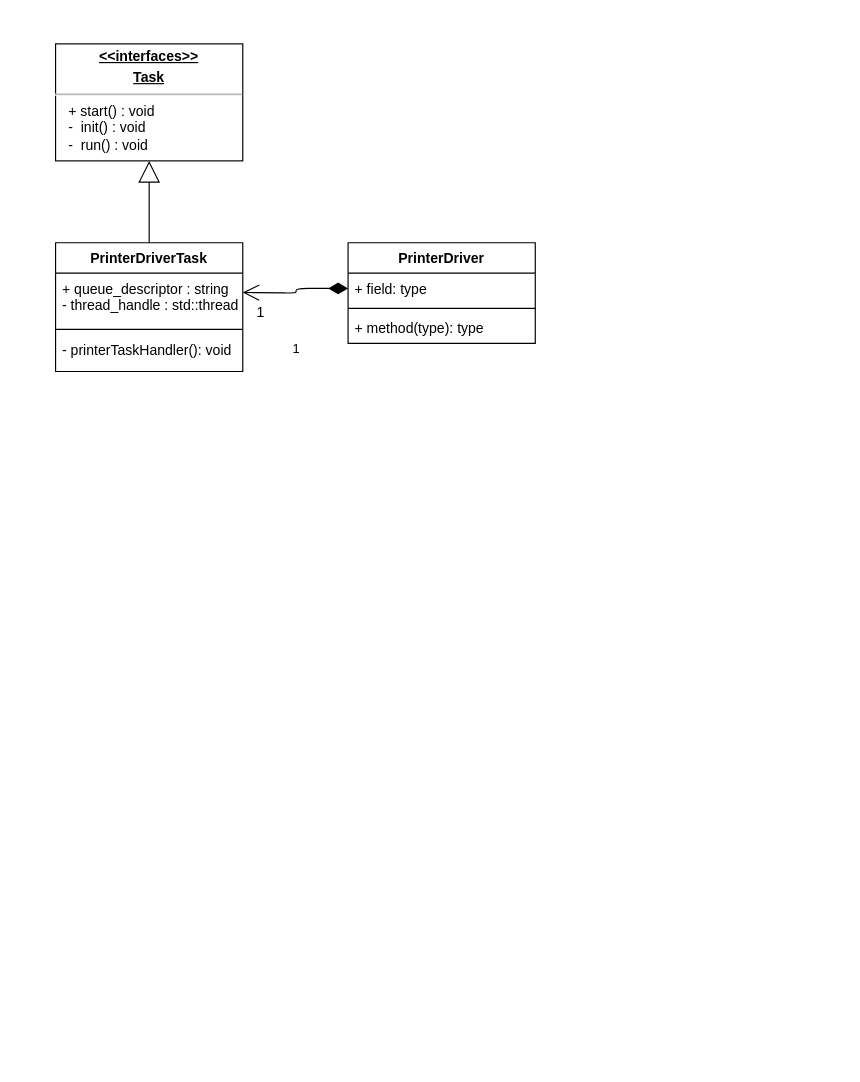
This is diagrams/printer.drawio from LasseGoransson/ESD-E2020, a draw.io file, before an edit. Source tidied: cells renumbered, new cells numbered last; positions are measured from the earlier drawing's top-left corner, leaving out a move shared by most shapes. Both pictures are drawn from the tidied source at 117%, with x=0, y=0 at pixel (55, 43).
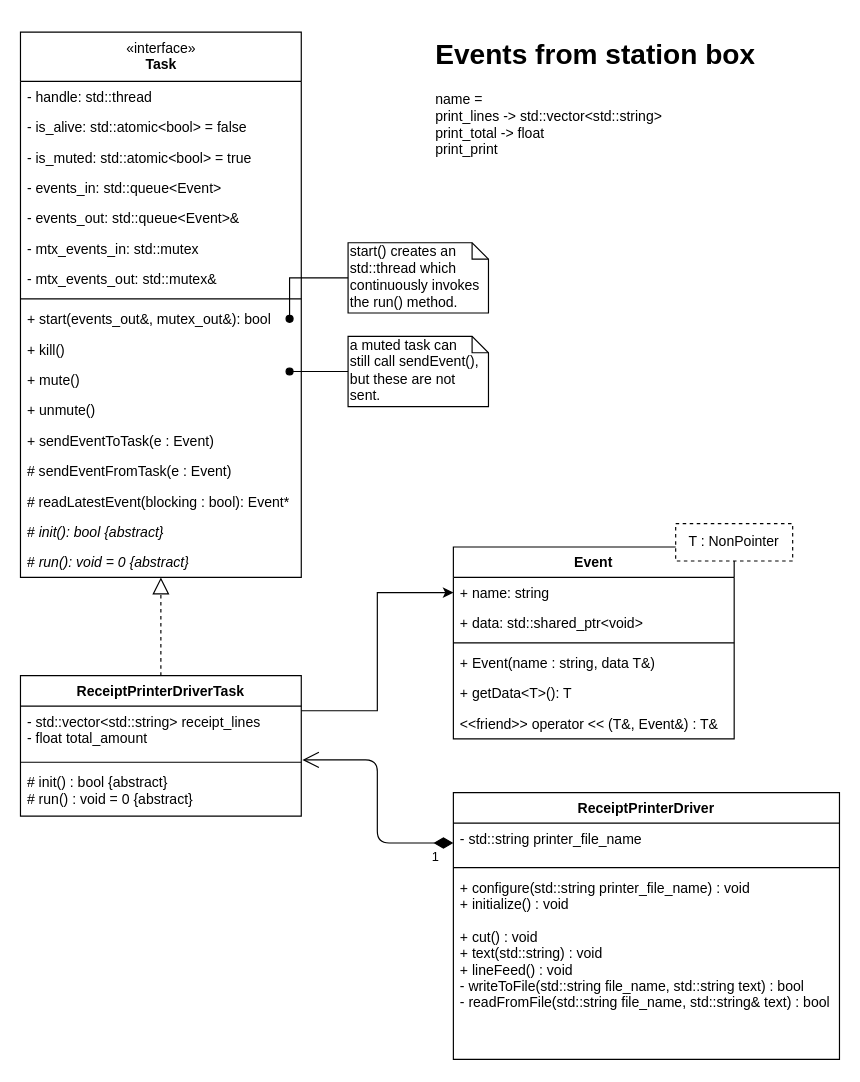
After the change.

Commit message:
Changes to printer diagram

Diff of the diagram source:
```diff
@@
-    <mxCell id="2" style="endArrow=block;endSize=16;endFill=0;html=1;entryX=0.5;entryY=1;entryDx=0;entryDy=0;exitX=0.5;exitY=0;exitDx=0;exitDy=0;" parent="1" edge="1" target="3">
-      <mxGeometry relative="1" as="geometry">
-        <mxPoint x="80" y="180" as="sourcePoint" />
-      </mxGeometry>
-    </mxCell>
-    <mxCell id="3" value="&lt;p style=&quot;margin: 0px ; margin-top: 4px ; text-align: center ; text-decoration: underline&quot;&gt;&lt;b&gt;&amp;lt;&amp;lt;interfaces&amp;gt;&amp;gt;&lt;br&gt;&lt;/b&gt;&lt;/p&gt;&lt;p style=&quot;margin: 0px ; margin-top: 4px ; text-align: center ; text-decoration: underline&quot;&gt;&lt;b&gt;Task&lt;/b&gt;&lt;/p&gt;&lt;hr&gt;&lt;p style=&quot;margin: 0px ; margin-left: 8px&quot;&gt;&amp;nbsp;+ start() : void&lt;br&gt;&amp;nbsp;-&amp;nbsp; init() : void &lt;br&gt;&amp;nbsp;-&amp;nbsp; run() : void&lt;br&gt;&lt;/p&gt;" style="verticalAlign=top;align=left;overflow=fill;fontSize=12;fontFamily=Helvetica;html=1;" parent="1" vertex="1">
-      <mxGeometry width="160" height="100" as="geometry" />
-    </mxCell>
-    <mxCell id="4" value="PrinterDriverTask" style="swimlane;fontStyle=1;align=center;verticalAlign=top;horizontal=1;startSize=26;" parent="1" vertex="1">
-      <mxGeometry y="170" width="160" height="110" as="geometry" />
+    <mxCell id="4" value="ReceiptPrinterDriverTask" style="swimlane;fontStyle=1;align=center;verticalAlign=top;horizontal=1;startSize=26;" parent="1" vertex="1">
+      <mxGeometry x="-30" y="540" width="240" height="120" as="geometry" />
     </mxCell>
-    <mxCell id="5" value="+ queue_descriptor : string&#10;- thread_handle : std::thread" style="text;strokeColor=none;fillColor=none;align=left;verticalAlign=top;spacingLeft=4;spacingRight=4;overflow=hidden;points=[[0,0.5],[1,0.5]];portConstraint=eastwest;" parent="4" vertex="1">
-      <mxGeometry y="26" width="160" height="44" as="geometry" />
+    <mxCell id="5" value="- std::vector&lt;std::string&gt; receipt_lines&#10;- float total_amount " style="text;strokeColor=none;fillColor=none;align=left;verticalAlign=top;spacingLeft=4;spacingRight=4;overflow=hidden;points=[[0,0.5],[1,0.5]];portConstraint=eastwest;" parent="4" vertex="1">
+      <mxGeometry y="26" width="240" height="44" as="geometry" />
     </mxCell>
     <mxCell id="6" style="line;strokeWidth=1;fillColor=none;align=left;verticalAlign=middle;spacingTop=-1;spacingLeft=3;spacingRight=3;labelPosition=right;" parent="4" vertex="1">
-      <mxGeometry y="70" width="160" height="8" as="geometry" />
+      <mxGeometry y="70" width="240" height="8" as="geometry" />
     </mxCell>
-    <mxCell id="7" value="- printerTaskHandler(): void" style="text;strokeColor=none;fillColor=none;align=left;verticalAlign=top;spacingLeft=4;spacingRight=4;overflow=hidden;" parent="4" vertex="1">
-      <mxGeometry y="78" width="160" height="32" as="geometry" />
+    <mxCell id="7" value="# init() : bool {abstract}&#10;# run() : void = 0 {abstract}" style="text;strokeColor=none;fillColor=none;align=left;verticalAlign=top;spacingLeft=4;spacingRight=4;overflow=hidden;" parent="4" vertex="1">
+      <mxGeometry y="78" width="240" height="42" as="geometry" />
     </mxCell>
-    <mxCell id="8" value="PrinterDriver" style="swimlane;fontStyle=1;align=center;verticalAlign=top;horizontal=1;startSize=26;" parent="1" vertex="1">
-      <mxGeometry x="250" y="170" width="160" height="86" as="geometry" />
+    <mxCell id="8" value="ReceiptPrinterDriver" style="swimlane;fontStyle=1;align=center;verticalAlign=top;horizontal=1;startSize=26;" parent="1" vertex="1">
+      <mxGeometry x="340" y="640" width="330" height="228" as="geometry" />
     </mxCell>
-    <mxCell id="9" value="+ field: type" style="text;strokeColor=none;fillColor=none;align=left;verticalAlign=top;spacingLeft=4;spacingRight=4;overflow=hidden;points=[[0,0.5],[1,0.5]];portConstraint=eastwest;" parent="8" vertex="1">
-      <mxGeometry y="26" width="160" height="26" as="geometry" />
+    <mxCell id="9" value="- std::string printer_file_name" style="text;strokeColor=none;fillColor=none;align=left;verticalAlign=top;spacingLeft=4;spacingRight=4;overflow=hidden;points=[[0,0.5],[1,0.5]];portConstraint=eastwest;" parent="8" vertex="1">
+      <mxGeometry y="26" width="330" height="34" as="geometry" />
     </mxCell>
     <mxCell id="10" style="line;strokeWidth=1;fillColor=none;align=left;verticalAlign=middle;spacingTop=-1;spacingLeft=3;spacingRight=3;labelPosition=right;" parent="8" vertex="1">
-      <mxGeometry y="52" width="160" height="8" as="geometry" />
+      <mxGeometry y="60" width="330" height="8" as="geometry" />
     </mxCell>
-    <mxCell id="11" value="+ method(type): type" style="text;strokeColor=none;fillColor=none;align=left;verticalAlign=top;spacingLeft=4;spacingRight=4;overflow=hidden;" parent="8" vertex="1">
-      <mxGeometry y="60" width="160" height="26" as="geometry" />
+    <mxCell id="11" value="+ configure(std::string printer_file_name) : void&#10;+ initialize() : void&#10;&#10;+ cut() : void&#10;+ text(std::string) : void&#10;+ lineFeed() : void&#10;- writeToFile(std::string file_name, std::string text) : bool&#10;- readFromFile(std::string file_name, std::string&amp; text) : bool" style="text;strokeColor=none;fillColor=none;align=left;verticalAlign=top;spacingLeft=4;spacingRight=4;overflow=hidden;" parent="8" vertex="1">
+      <mxGeometry y="68" width="330" height="160" as="geometry" />
     </mxCell>
+    <mxCell id="14" value="start() creates an std::thread which continuously invokes the run() method." style="shape=note;whiteSpace=wrap;html=1;size=14;verticalAlign=top;align=left;spacingTop=-6;" parent="1" vertex="1">
+      <mxGeometry x="250" y="170" width="120" height="60" as="geometry" />
+    </mxCell>
+    <mxCell id="15" value="&lt;span style=&quot;font-weight: normal&quot;&gt;«interface»&lt;br&gt;&lt;/span&gt;Task" style="swimlane;fontStyle=1;align=center;verticalAlign=top;horizontal=1;startSize=42;html=1;" parent="1" vertex="1">
+      <mxGeometry x="-30" y="-10" width="240" height="466" as="geometry" />
+    </mxCell>
+    <mxCell id="16" value="- handle: std::thread" style="text;strokeColor=none;fillColor=none;align=left;verticalAlign=top;spacingLeft=4;spacingRight=4;overflow=hidden;" parent="15" vertex="1">
+      <mxGeometry y="42" width="240" height="26" as="geometry" />
+    </mxCell>
+    <mxCell id="17" value="- is_alive: std::atomic&lt;bool&gt; = false" style="text;strokeColor=none;fillColor=none;align=left;verticalAlign=top;spacingLeft=4;spacingRight=4;overflow=hidden;" parent="15" vertex="1">
+      <mxGeometry y="68" width="240" height="26" as="geometry" />
+    </mxCell>
+    <mxCell id="18" value="- is_muted: std::atomic&lt;bool&gt; = true" style="text;strokeColor=none;fillColor=none;align=left;verticalAlign=top;spacingLeft=4;spacingRight=4;overflow=hidden;" parent="15" vertex="1">
+      <mxGeometry y="94" width="240" height="26" as="geometry" />
+    </mxCell>
+    <mxCell id="19" value="- events_in: std::queue&lt;Event&gt;" style="text;strokeColor=none;fillColor=none;align=left;verticalAlign=top;spacingLeft=4;spacingRight=4;overflow=hidden;" parent="15" vertex="1">
+      <mxGeometry y="120" width="240" height="26" as="geometry" />
+    </mxCell>
+    <mxCell id="20" value="- events_out: std::queue&lt;Event&gt;&amp;" style="text;strokeColor=none;fillColor=none;align=left;verticalAlign=top;spacingLeft=4;spacingRight=4;overflow=hidden;" parent="15" vertex="1">
+      <mxGeometry y="146" width="240" height="26" as="geometry" />
+    </mxCell>
+    <mxCell id="21" value="- mtx_events_in: std::mutex" style="text;strokeColor=none;fillColor=none;align=left;verticalAlign=top;spacingLeft=4;spacingRight=4;overflow=hidden;" parent="15" vertex="1">
+      <mxGeometry y="172" width="240" height="26" as="geometry" />
+    </mxCell>
+    <mxCell id="22" value="- mtx_events_out: std::mutex&amp;" style="text;strokeColor=none;fillColor=none;align=left;verticalAlign=top;spacingLeft=4;spacingRight=4;overflow=hidden;" parent="15" vertex="1">
+      <mxGeometry y="198" width="240" height="26" as="geometry" />
+    </mxCell>
+    <mxCell id="23" style="line;strokeWidth=1;fillColor=none;align=left;verticalAlign=middle;spacingTop=-1;spacingLeft=3;spacingRight=3;labelPosition=right;" parent="15" vertex="1">
+      <mxGeometry y="224" width="240" height="8" as="geometry" />
+    </mxCell>
+    <mxCell id="24" value="+ start(events_out&amp;, mutex_out&amp;): bool" style="text;strokeColor=none;fillColor=none;align=left;verticalAlign=top;spacingLeft=4;spacingRight=4;overflow=hidden;" parent="15" vertex="1">
+      <mxGeometry y="232" width="240" height="26" as="geometry" />
+    </mxCell>
+    <mxCell id="25" value="+ kill()" style="text;strokeColor=none;fillColor=none;align=left;verticalAlign=top;spacingLeft=4;spacingRight=4;overflow=hidden;" parent="15" vertex="1">
+      <mxGeometry y="258" width="240" height="26" as="geometry" />
+    </mxCell>
+    <mxCell id="26" value="+ mute()" style="text;strokeColor=none;fillColor=none;align=left;verticalAlign=top;spacingLeft=4;spacingRight=4;overflow=hidden;" parent="15" vertex="1">
+      <mxGeometry y="284" width="240" height="26" as="geometry" />
+    </mxCell>
+    <mxCell id="27" value="+ unmute()" style="text;strokeColor=none;fillColor=none;align=left;verticalAlign=top;spacingLeft=4;spacingRight=4;overflow=hidden;" parent="15" vertex="1">
+      <mxGeometry y="310" width="240" height="26" as="geometry" />
+    </mxCell>
+    <mxCell id="28" value="+ sendEventToTask(e : Event)" style="text;strokeColor=none;fillColor=none;align=left;verticalAlign=top;spacingLeft=4;spacingRight=4;overflow=hidden;" parent="15" vertex="1">
+      <mxGeometry y="336" width="240" height="26" as="geometry" />
+    </mxCell>
+    <mxCell id="29" value="# sendEventFromTask(e : Event)" style="text;strokeColor=none;fillColor=none;align=left;verticalAlign=top;spacingLeft=4;spacingRight=4;overflow=hidden;" parent="15" vertex="1">
+      <mxGeometry y="362" width="240" height="26" as="geometry" />
+    </mxCell>
+    <mxCell id="30" value="# readLatestEvent(blocking : bool): Event*" style="text;strokeColor=none;fillColor=none;align=left;verticalAlign=top;spacingLeft=4;spacingRight=4;overflow=hidden;" parent="15" vertex="1">
+      <mxGeometry y="388" width="240" height="26" as="geometry" />
+    </mxCell>
+    <mxCell id="31" value="&lt;span style=&quot;font-style: normal&quot;&gt;#&lt;/span&gt; init(): bool {abstract}" style="text;strokeColor=none;fillColor=none;align=left;verticalAlign=top;spacingLeft=4;spacingRight=4;overflow=hidden;fontStyle=2;html=1;" parent="15" vertex="1">
+      <mxGeometry y="414" width="240" height="26" as="geometry" />
+    </mxCell>
+    <mxCell id="32" value="&lt;span style=&quot;font-style: normal&quot;&gt;#&lt;/span&gt; run(): void = 0 {abstract}" style="text;strokeColor=none;fillColor=none;align=left;verticalAlign=top;spacingLeft=4;spacingRight=4;overflow=hidden;points=[[0,0.5],[1,0.5]];portConstraint=eastwest;fontStyle=2;html=1;" parent="15" vertex="1">
+      <mxGeometry y="440" width="240" height="26" as="geometry" />
+    </mxCell>
+    <mxCell id="33" style="edgeStyle=orthogonalEdgeStyle;rounded=0;jettySize=auto;html=1;endArrow=oval;endFill=1;" parent="1" edge="1" source="14">
+      <mxGeometry relative="1" as="geometry">
+        <mxPoint x="200" y="235" as="targetPoint" />
+        <Array as="points">
+          <mxPoint x="200" y="200" />
+        </Array>
+      </mxGeometry>
+    </mxCell>
+    <mxCell id="34" value="a muted task can&lt;br&gt;still call sendEvent(),&lt;br&gt;but these are not sent." style="shape=note;whiteSpace=wrap;html=1;size=14;verticalAlign=top;align=left;spacingTop=-6;" parent="1" vertex="1">
+      <mxGeometry x="250" y="250" width="120" height="60" as="geometry" />
+    </mxCell>
+    <mxCell id="35" style="edgeStyle=orthogonalEdgeStyle;rounded=0;jettySize=auto;html=1;endArrow=oval;endFill=1;" parent="1" edge="1" source="34">
+      <mxGeometry relative="1" as="geometry">
+        <mxPoint x="200" y="280" as="targetPoint" />
+      </mxGeometry>
+    </mxCell>
+    <mxCell id="36" style="group;" parent="1" vertex="1">
+      <mxGeometry x="340" y="410" width="300" height="236" as="geometry" />
+    </mxCell>
+    <mxCell id="37" value="Event" style="swimlane;fontStyle=1;align=center;verticalAlign=top;horizontal=1;startSize=26;" parent="36" vertex="1">
+      <mxGeometry y="20" width="240" height="164" as="geometry" />
+    </mxCell>
+    <mxCell id="38" value="+ name: string" style="text;strokeColor=none;fillColor=none;align=left;verticalAlign=top;spacingLeft=4;spacingRight=4;overflow=hidden;points=[[0,0.5],[1,0.5]];portConstraint=eastwest;" parent="37" vertex="1">
+      <mxGeometry y="26" width="240" height="26" as="geometry" />
+    </mxCell>
+    <mxCell id="39" value="+ data: std::shared_ptr&lt;void&gt;" style="text;strokeColor=none;fillColor=none;align=left;verticalAlign=top;spacingLeft=4;spacingRight=4;overflow=hidden;" parent="37" vertex="1">
+      <mxGeometry y="52" width="240" height="26" as="geometry" />
+    </mxCell>
+    <mxCell id="40" style="line;strokeWidth=1;fillColor=none;align=left;verticalAlign=middle;spacingTop=-1;spacingLeft=3;spacingRight=3;labelPosition=right;" parent="37" vertex="1">
+      <mxGeometry y="78" width="240" height="8" as="geometry" />
+    </mxCell>
+    <mxCell id="41" value="+ Event(name : string, data T&amp;)" style="text;strokeColor=none;fillColor=none;align=left;verticalAlign=top;spacingLeft=4;spacingRight=4;overflow=hidden;" parent="37" vertex="1">
+      <mxGeometry y="86" width="240" height="26" as="geometry" />
+    </mxCell>
+    <mxCell id="42" value="+ getData&lt;T&gt;(): T" style="text;strokeColor=none;fillColor=none;align=left;verticalAlign=top;spacingLeft=4;spacingRight=4;overflow=hidden;" parent="37" vertex="1">
+      <mxGeometry y="112" width="240" height="26" as="geometry" />
+    </mxCell>
+    <mxCell id="43" value="&lt;&lt;friend&gt;&gt; operator &lt;&lt; (T&amp;, Event&amp;) : T&amp;" style="text;strokeColor=none;fillColor=none;align=left;verticalAlign=top;spacingLeft=4;spacingRight=4;overflow=hidden;" parent="37" vertex="1">
+      <mxGeometry y="138" width="240" height="26" as="geometry" />
+    </mxCell>
+    <mxCell id="44" value="T : NonPointer" style="rounded=0;whiteSpace=wrap;html=1;dashed=1;" parent="36" vertex="1">
+      <mxGeometry x="190" width="100" height="32" as="geometry" />
+    </mxCell>
+    <mxCell id="45" style="endArrow=block;dashed=1;endFill=0;endSize=12;html=1;exitX=0.5;exitY=0;exitDx=0;exitDy=0;" parent="1" edge="1" source="4" target="32">
+      <mxGeometry relative="1" as="geometry" />
+    </mxCell>
-    <mxCell id="12" value="1" style="endArrow=open;html=1;endSize=12;startArrow=diamondThin;startSize=14;startFill=1;edgeStyle=orthogonalEdgeStyle;align=left;verticalAlign=bottom;entryX=0;entryY=0.5;entryDx=0;entryDy=0;exitX=0;exitY=0.5;exitDx=0;exitDy=0;" parent="8" edge="1" source="9">
-      <mxGeometry x="0.04" y="39" relative="1" as="geometry">
-        <mxPoint x="-90" y="42.5" as="targetPoint" />
-        <mxPoint x="-4" y="18" as="offset" />
-      </mxGeometry>
+    <mxCell id="12" value="1" style="endArrow=open;html=1;endSize=12;startArrow=diamondThin;startSize=14;startFill=1;edgeStyle=orthogonalEdgeStyle;align=left;verticalAlign=bottom;entryX=1.004;entryY=1.045;entryDx=0;entryDy=0;exitX=0;exitY=0.5;exitDx=0;exitDy=0;entryPerimeter=0;" parent="1" edge="1" source="9" target="5">
+      <mxGeometry x="-0.8" y="21" relative="1" as="geometry" />
     </mxCell>
-    <mxCell id="13" value="1" style="text;html=1;align=center;verticalAlign=middle;" parent="1" vertex="1">
-      <mxGeometry x="165" y="220" width="20" height="20" as="geometry" />
-    </mxCell>
+    <mxCell id="46" style="edgeStyle=orthogonalEdgeStyle;rounded=0;jettySize=auto;html=1;" parent="1" edge="1" source="5" target="38">
+      <mxGeometry relative="1" as="geometry">
+        <Array as="points">
+          <mxPoint x="275" y="570" />
+          <mxPoint x="275" y="469" />
+        </Array>
+      </mxGeometry>
+    </mxCell>
+    <mxCell id="47" value="&lt;h1&gt;Events from station box&lt;/h1&gt;&lt;p&gt;name =&lt;br&gt;&lt;span&gt;print_lines -&amp;gt; std::vector&amp;lt;std::string&amp;gt;&lt;br&gt;&lt;/span&gt;&lt;span&gt;print_total -&amp;gt; float&lt;/span&gt;&lt;span&gt;&amp;nbsp;&lt;/span&gt;&lt;span&gt;&lt;br&gt;print_print&lt;/span&gt;&lt;/p&gt;" style="text;html=1;strokeColor=none;fillColor=none;spacing=5;spacingTop=-20;whiteSpace=wrap;overflow=hidden;rounded=0;" parent="1" vertex="1">
+      <mxGeometry x="320" y="-10" width="320" height="130" as="geometry" />
+    </mxCell>
```
